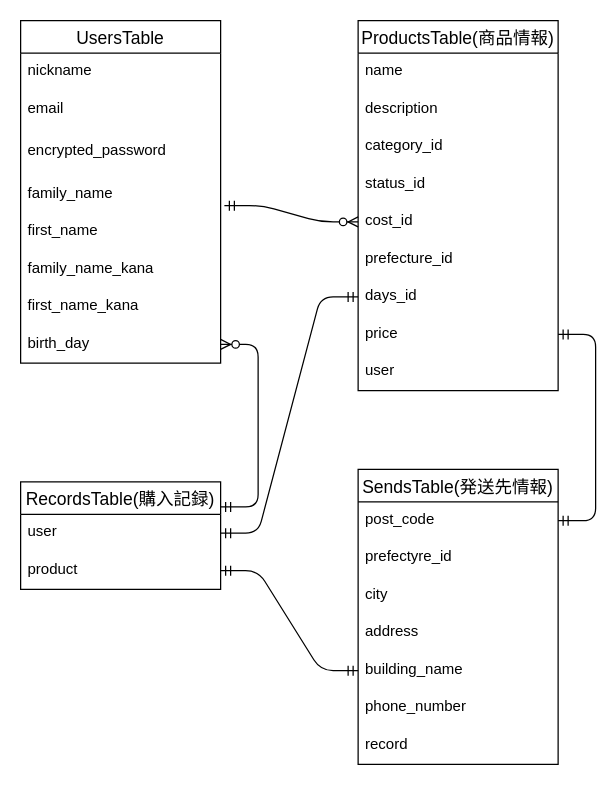
This is furima.dio from Sk20020822/furima-37952, a draw.io file, before an edit. Source tidied: cells renumbered, new cells numbered last; positions are measured from the earlier drawing's top-left corner, leaving out a move shared by most shapes. Both pictures are drawn from the tidied source at 125%, with x=0, y=0 at pixel (20, 20).
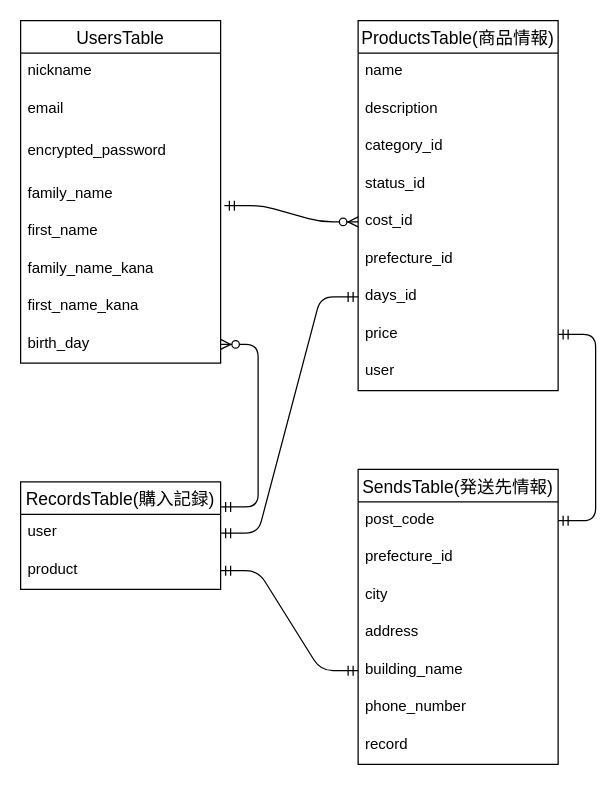
The same diagram, later.

Unchanged cells that the change refers to:
```xml
<mxCell id="21" value="SendsTable(発送先情報)" style="swimlane;fontStyle=0;horizontal=1;startSize=26;align=center;fontSize=14;" parent="1" vertex="1">
  <mxGeometry x="270" y="359" width="160" height="236" as="geometry" />
</mxCell>
```

Change to the diagram source:
```diff
@@
-    <mxCell id="23" value="prefectyre_id" style="text;strokeColor=none;fillColor=none;spacingLeft=4;spacingRight=4;overflow=hidden;fontSize=12;" parent="21" vertex="1">
+    <mxCell id="23" value="prefecture_id" style="text;strokeColor=none;fillColor=none;spacingLeft=4;spacingRight=4;overflow=hidden;fontSize=12;" parent="21" vertex="1">
       <mxGeometry y="56" width="160" height="30" as="geometry" />
     </mxCell>
```
